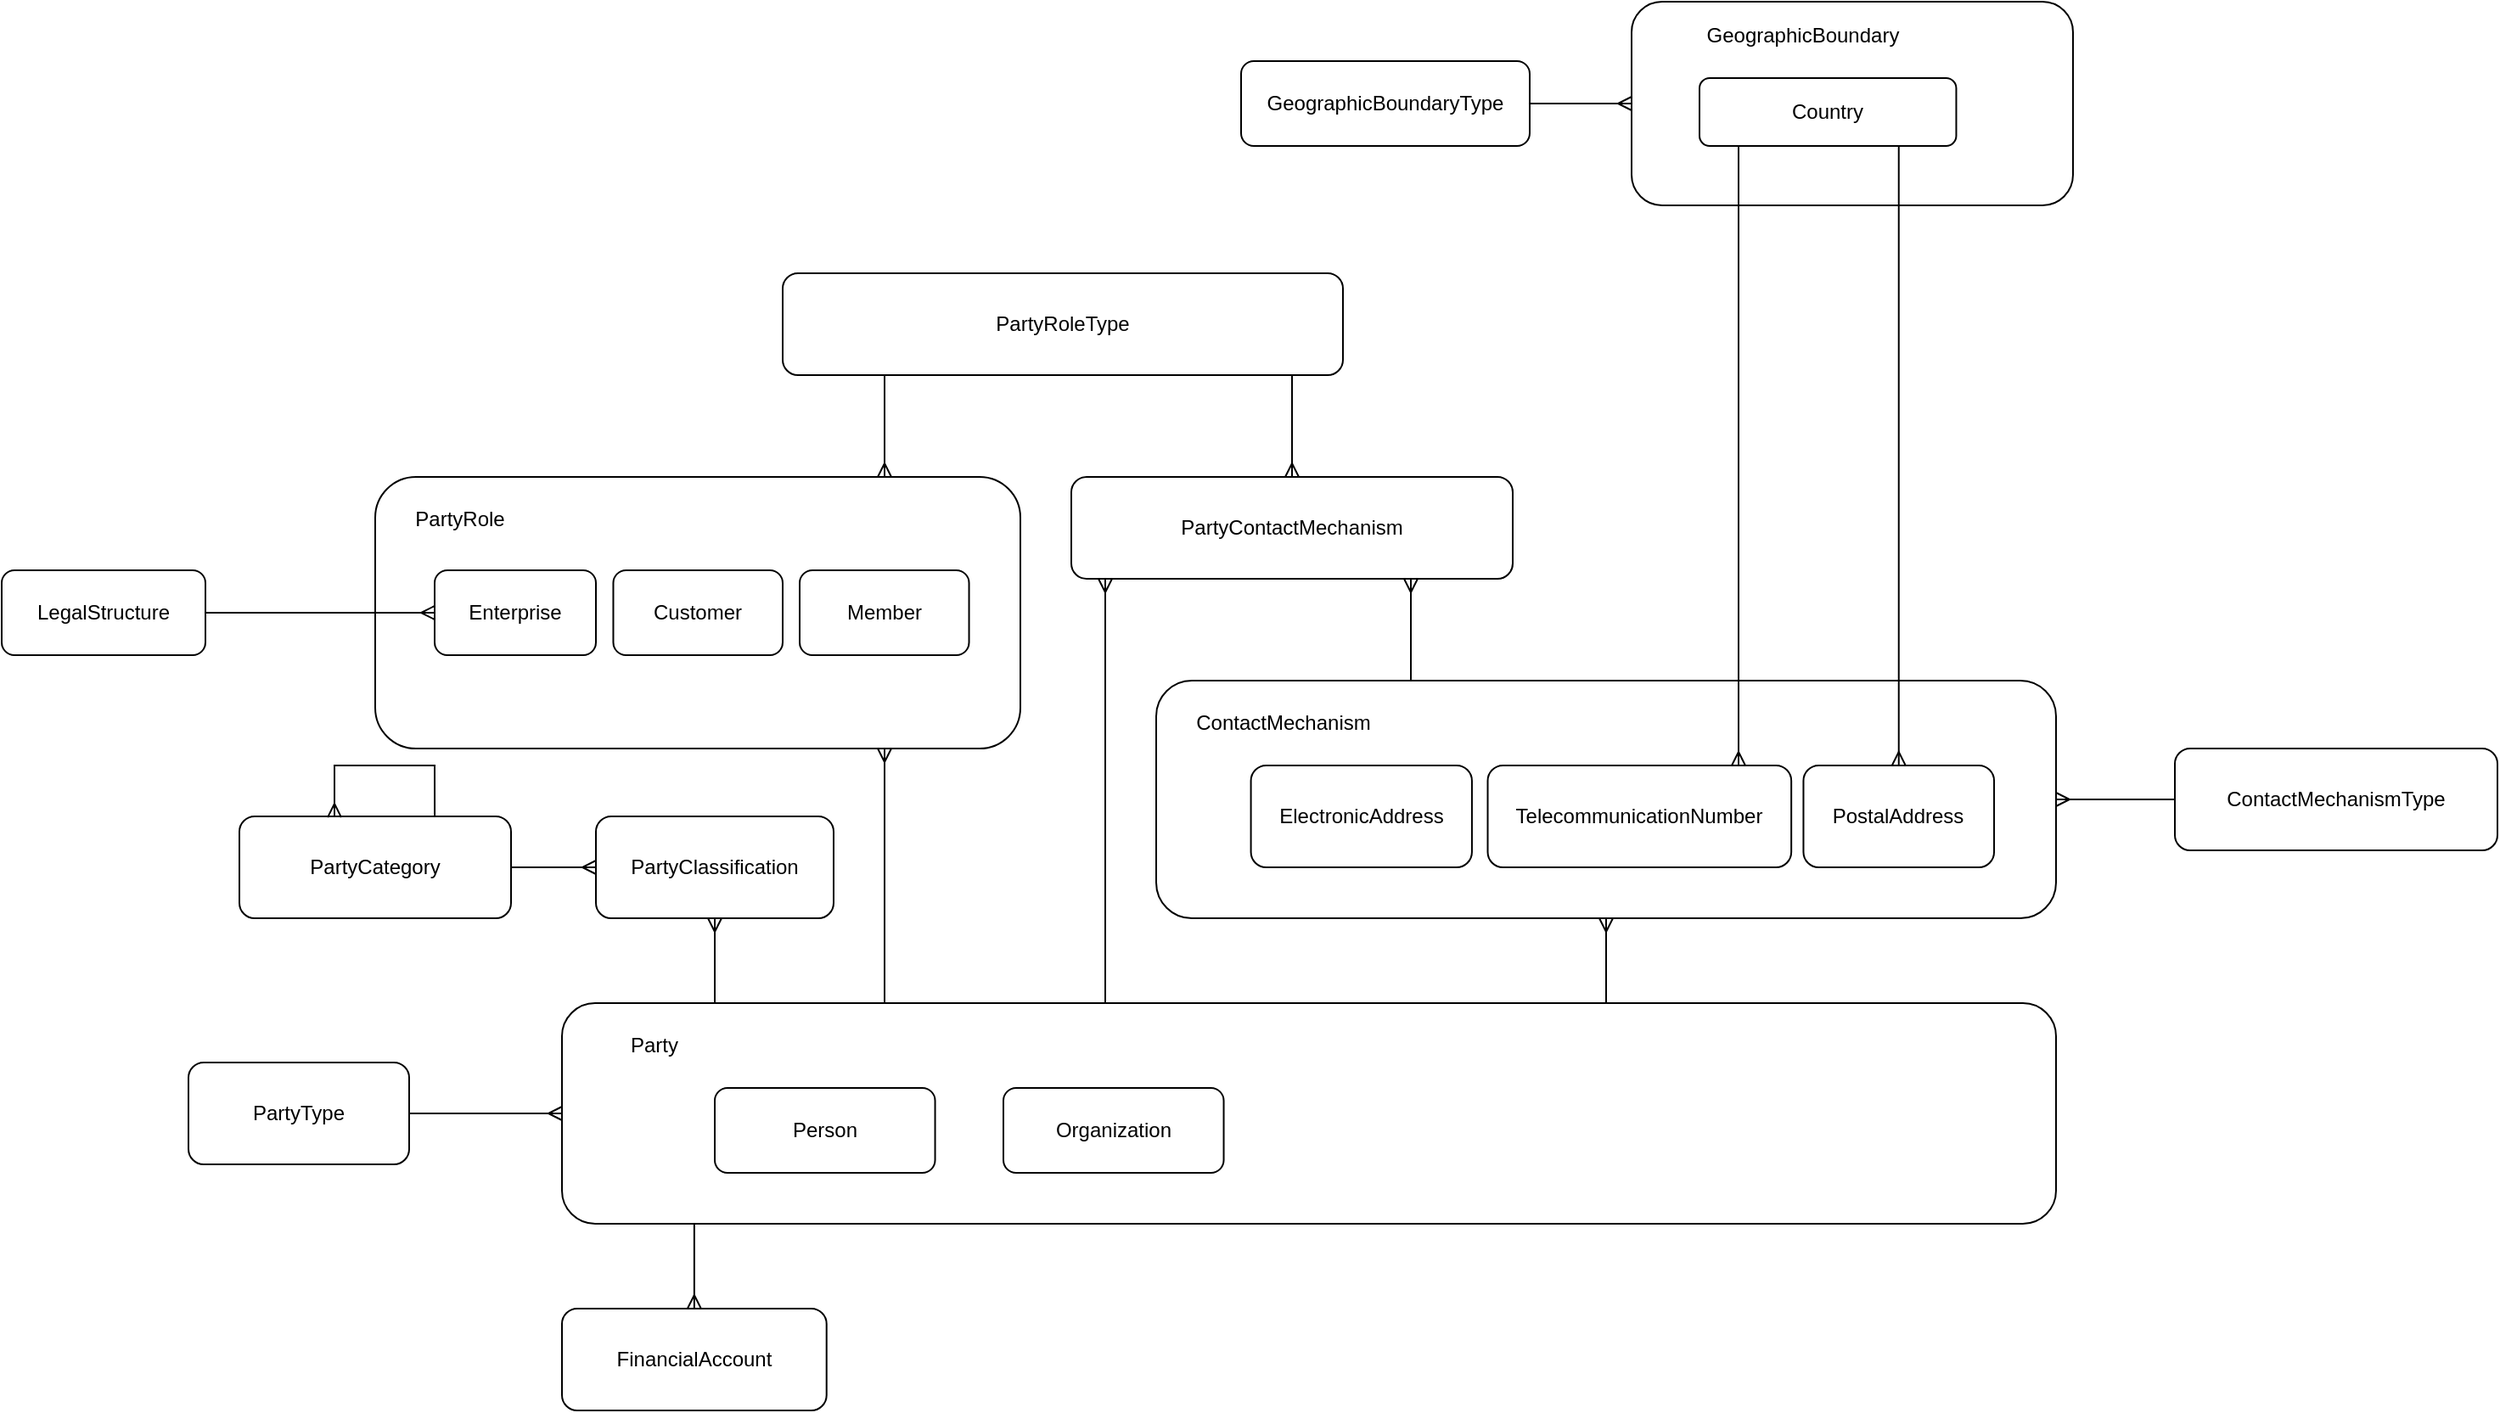
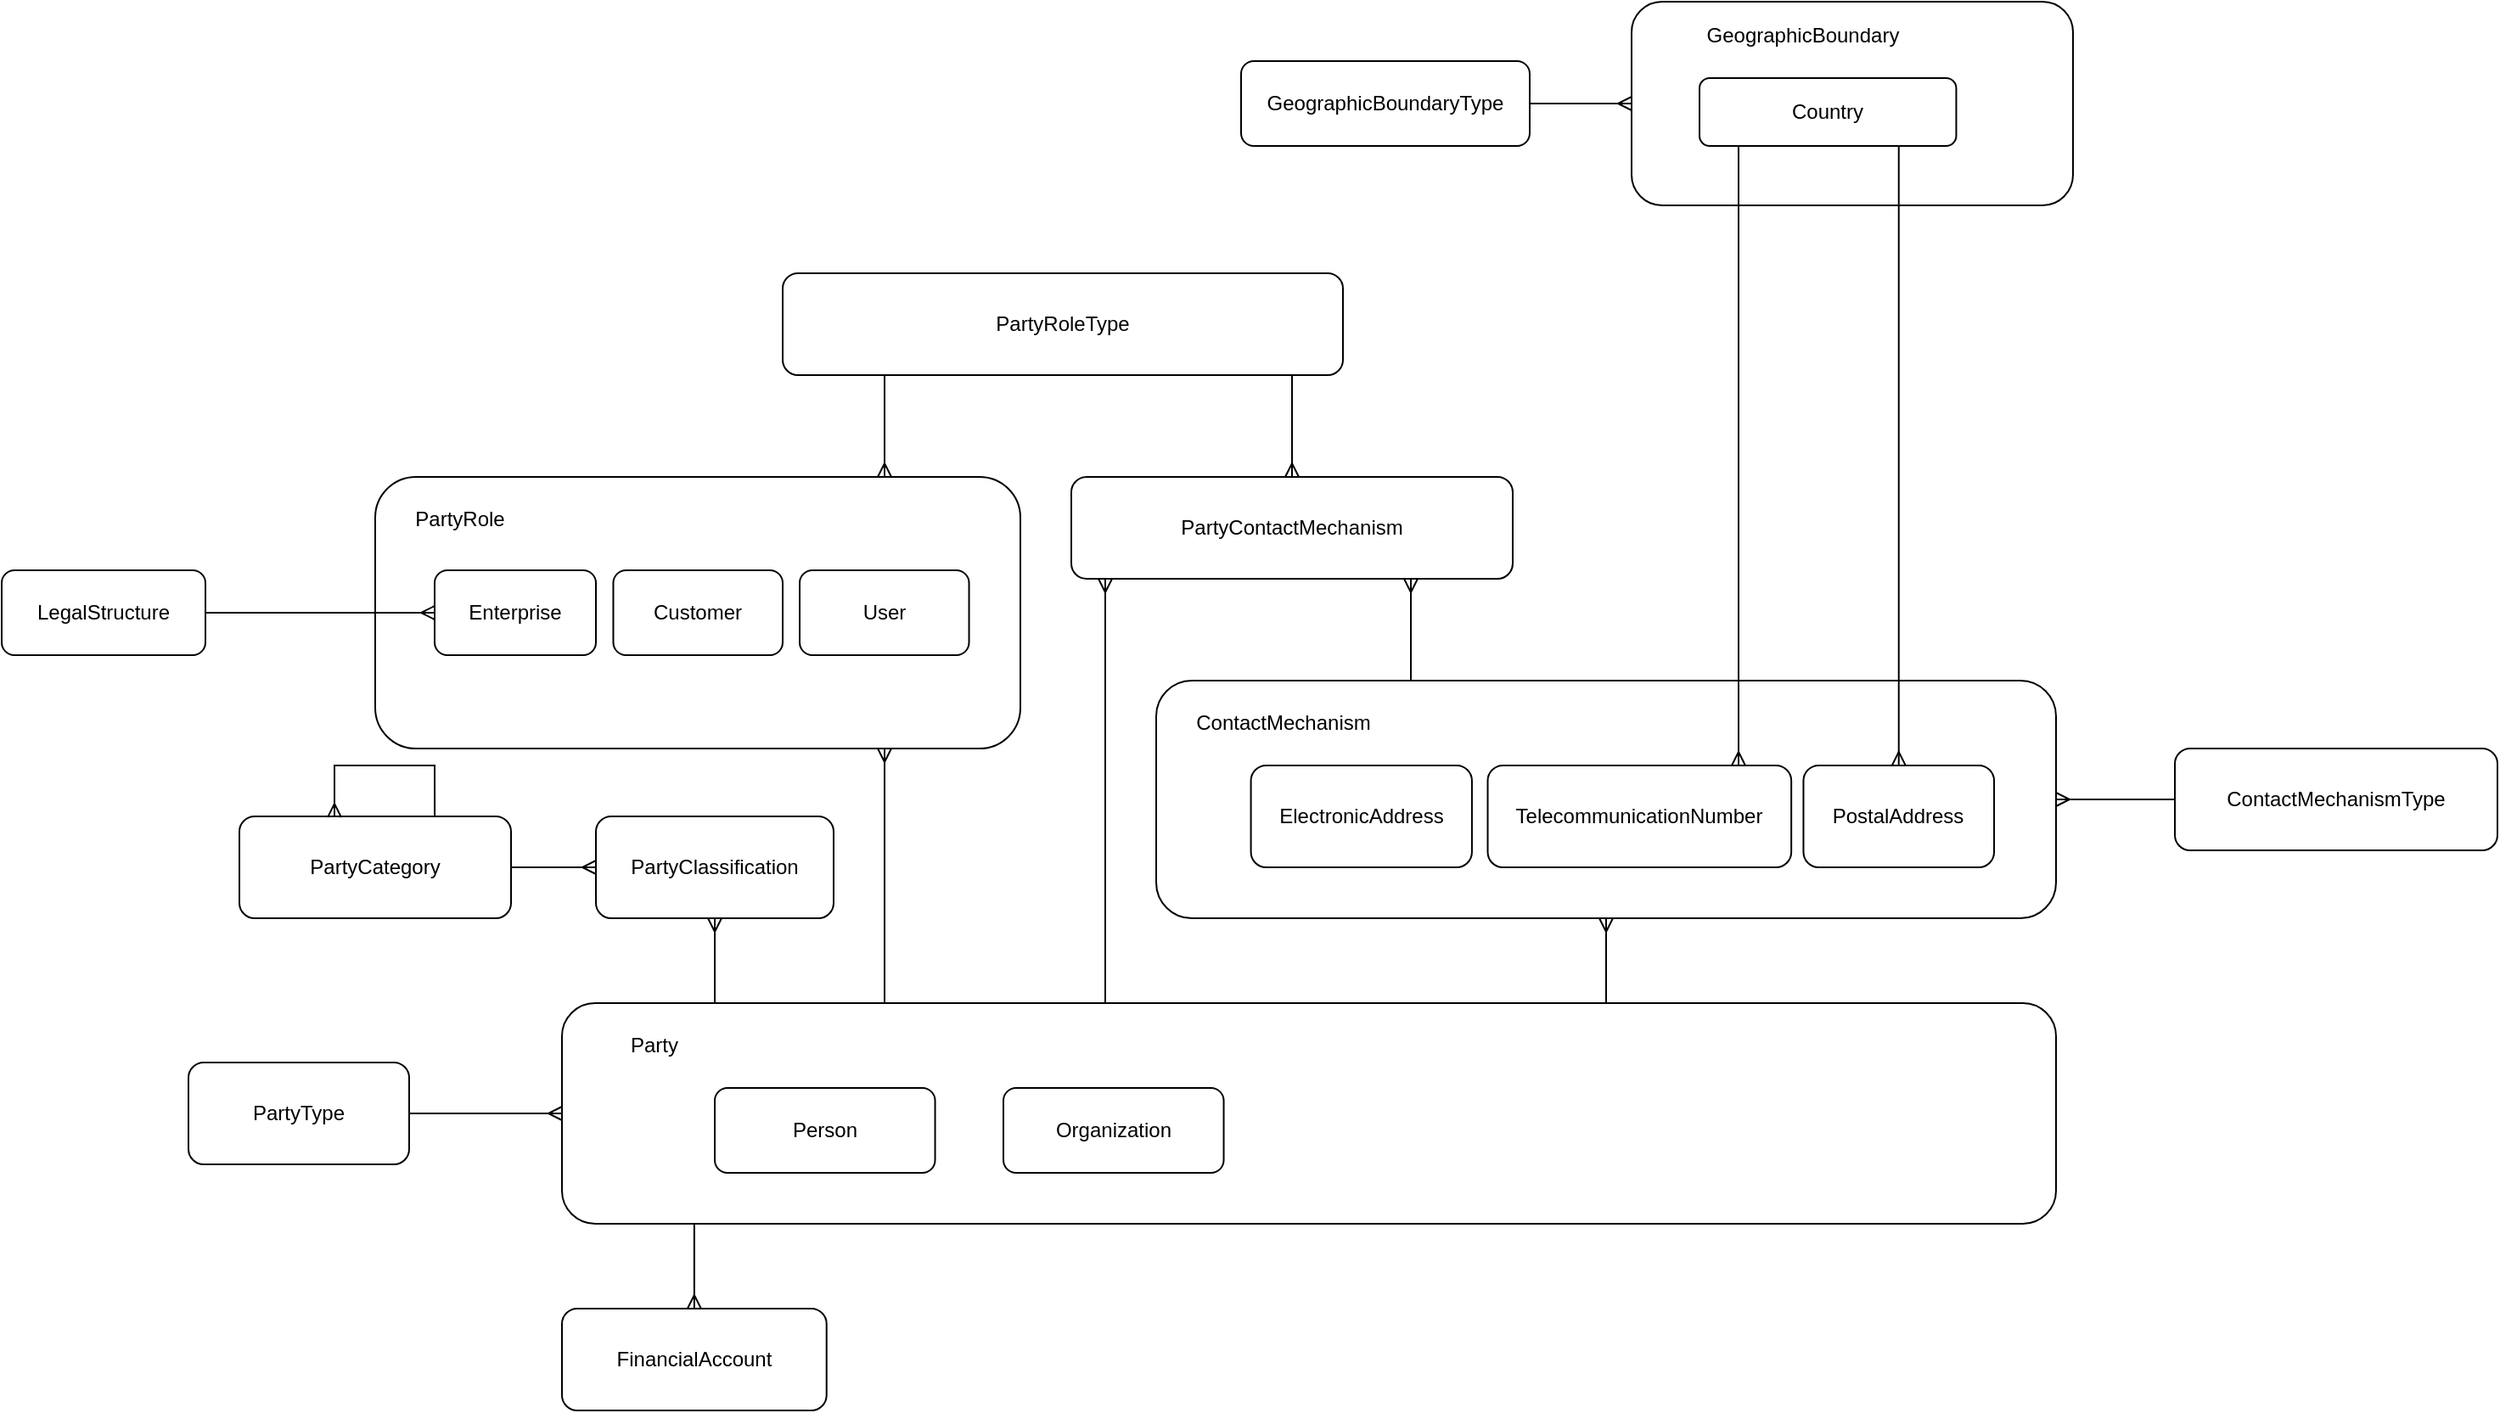
<mxfile host="app.diagrams.net" agent="Mozilla/5.0 (Windows NT 10.0; Win64; x64) AppleWebKit/537.36 (KHTML, like Gecko) Chrome/141.0.0.0 Safari/537.36" version="28.2.9">
  <diagram name="Page-1" id="d0nJ6Fx9cUZLMqGtfM0H">
    <mxGraphModel dx="1947" dy="1755" grid="1" gridSize="10" guides="1" tooltips="1" connect="1" arrows="1" fold="1" page="1" pageScale="1" pageWidth="850" pageHeight="1100" math="0" shadow="0">
      <root>
        <mxCell id="0" />
        <mxCell id="1" parent="0" />
        <mxCell id="tdPrWEJd15tEannaNgth-4" style="edgeStyle=orthogonalEdgeStyle;rounded=0;orthogonalLoop=1;jettySize=auto;html=1;startArrow=ERmany;startFill=0;endArrow=none;endFill=0;" edge="1" parent="1" source="tdPrWEJd15tEannaNgth-2" target="tdPrWEJd15tEannaNgth-3">
          <mxGeometry relative="1" as="geometry" />
        </mxCell>
        <mxCell id="tdPrWEJd15tEannaNgth-3" value="ContactMechanismType" style="rounded=1;whiteSpace=wrap;html=1;" vertex="1" parent="1">
          <mxGeometry x="600" y="260" width="190" height="60" as="geometry" />
        </mxCell>
        <mxCell id="tdPrWEJd15tEannaNgth-13" value="PartyRoleType" style="rounded=1;whiteSpace=wrap;html=1;" vertex="1" parent="1">
          <mxGeometry x="-220" y="-20" width="330" height="60" as="geometry" />
        </mxCell>
        <mxCell id="tdPrWEJd15tEannaNgth-14" style="edgeStyle=orthogonalEdgeStyle;rounded=0;orthogonalLoop=1;jettySize=auto;html=1;startArrow=ERmany;startFill=0;endArrow=none;endFill=0;" edge="1" parent="1" source="tdPrWEJd15tEannaNgth-15" target="tdPrWEJd15tEannaNgth-13">
          <mxGeometry relative="1" as="geometry">
            <mxPoint x="730" y="430" as="sourcePoint" />
            <mxPoint x="730" y="350" as="targetPoint" />
            <Array as="points">
              <mxPoint x="50" y="30" />
              <mxPoint x="50" y="30" />
            </Array>
          </mxGeometry>
        </mxCell>
        <mxCell id="tdPrWEJd15tEannaNgth-15" value="PartyContactMechanism" style="rounded=1;whiteSpace=wrap;html=1;" vertex="1" parent="1">
          <mxGeometry x="-50" y="100" width="260" height="60" as="geometry" />
        </mxCell>
        <mxCell id="tdPrWEJd15tEannaNgth-18" style="edgeStyle=orthogonalEdgeStyle;rounded=0;orthogonalLoop=1;jettySize=auto;html=1;startArrow=ERmany;startFill=0;endArrow=none;endFill=0;" edge="1" parent="1" source="tdPrWEJd15tEannaNgth-15">
          <mxGeometry relative="1" as="geometry">
            <mxPoint x="-30.00117647058829" y="130" as="sourcePoint" />
            <mxPoint x="-30.00117647058829" y="410" as="targetPoint" />
            <Array as="points">
              <mxPoint x="-30" y="210" />
              <mxPoint x="-30" y="210" />
            </Array>
          </mxGeometry>
        </mxCell>
        <mxCell id="tdPrWEJd15tEannaNgth-19" value="" style="group" vertex="1" connectable="0" parent="1">
          <mxGeometry y="220" width="530" height="140" as="geometry" />
        </mxCell>
        <mxCell id="tdPrWEJd15tEannaNgth-2" value="" style="rounded=1;whiteSpace=wrap;html=1;" vertex="1" parent="tdPrWEJd15tEannaNgth-19">
          <mxGeometry width="530" height="140" as="geometry" />
        </mxCell>
        <mxCell id="tdPrWEJd15tEannaNgth-5" value="ElectronicAddress" style="rounded=1;whiteSpace=wrap;html=1;" vertex="1" parent="tdPrWEJd15tEannaNgth-19">
          <mxGeometry x="55.78947368421052" y="50" width="130.17543859649123" height="60" as="geometry" />
        </mxCell>
        <mxCell id="tdPrWEJd15tEannaNgth-6" value="TelecommunicationNumber" style="rounded=1;whiteSpace=wrap;html=1;" vertex="1" parent="tdPrWEJd15tEannaNgth-19">
          <mxGeometry x="195.26315789473682" y="50" width="178.81456140350878" height="60" as="geometry" />
        </mxCell>
        <mxCell id="tdPrWEJd15tEannaNgth-7" value="ContactMechanism" style="text;html=1;whiteSpace=wrap;strokeColor=none;fillColor=none;align=center;verticalAlign=middle;rounded=0;" vertex="1" parent="tdPrWEJd15tEannaNgth-19">
          <mxGeometry x="27.896882591093107" y="10" width="94.41295546558705" height="30" as="geometry" />
        </mxCell>
        <mxCell id="tdPrWEJd15tEannaNgth-8" value="PostalAddress" style="rounded=1;whiteSpace=wrap;html=1;" vertex="1" parent="tdPrWEJd15tEannaNgth-19">
          <mxGeometry x="381.2280701754386" y="50" width="112.29491228070175" height="60" as="geometry" />
        </mxCell>
        <mxCell id="tdPrWEJd15tEannaNgth-20" style="edgeStyle=orthogonalEdgeStyle;rounded=0;orthogonalLoop=1;jettySize=auto;html=1;startArrow=ERmany;startFill=0;endArrow=none;endFill=0;" edge="1" parent="1" source="tdPrWEJd15tEannaNgth-15" target="tdPrWEJd15tEannaNgth-2">
          <mxGeometry relative="1" as="geometry">
            <mxPoint x="370" y="130" as="sourcePoint" />
            <mxPoint x="370" y="440" as="targetPoint" />
            <Array as="points">
              <mxPoint x="150" y="170" />
              <mxPoint x="150" y="170" />
            </Array>
          </mxGeometry>
        </mxCell>
        <mxCell id="tdPrWEJd15tEannaNgth-21" style="edgeStyle=orthogonalEdgeStyle;rounded=0;orthogonalLoop=1;jettySize=auto;html=1;startArrow=ERmany;startFill=0;endArrow=none;endFill=0;" edge="1" parent="1" source="tdPrWEJd15tEannaNgth-2" target="tdPrWEJd15tEannaNgth-1">
          <mxGeometry relative="1" as="geometry">
            <mxPoint x="240" y="400" as="sourcePoint" />
            <mxPoint x="240" y="470" as="targetPoint" />
            <Array as="points">
              <mxPoint x="305" y="420" />
              <mxPoint x="305" y="420" />
            </Array>
          </mxGeometry>
        </mxCell>
        <mxCell id="tdPrWEJd15tEannaNgth-22" value="LegalStructure" style="rounded=1;whiteSpace=wrap;html=1;" vertex="1" parent="1">
          <mxGeometry x="-680" y="155" width="120" height="50" as="geometry" />
        </mxCell>
        <mxCell id="tdPrWEJd15tEannaNgth-27" value="PartyClassification" style="rounded=1;whiteSpace=wrap;html=1;" vertex="1" parent="1">
          <mxGeometry x="-330" y="300" width="140" height="60" as="geometry" />
        </mxCell>
        <mxCell id="tdPrWEJd15tEannaNgth-28" value="PartyCategory" style="rounded=1;whiteSpace=wrap;html=1;" vertex="1" parent="1">
          <mxGeometry x="-540" y="300" width="160" height="60" as="geometry" />
        </mxCell>
        <mxCell id="tdPrWEJd15tEannaNgth-31" style="edgeStyle=orthogonalEdgeStyle;rounded=0;orthogonalLoop=1;jettySize=auto;html=1;startArrow=ERmany;startFill=0;endArrow=none;endFill=0;" edge="1" parent="1" source="tdPrWEJd15tEannaNgth-27" target="tdPrWEJd15tEannaNgth-1">
          <mxGeometry relative="1" as="geometry">
            <mxPoint x="-260" y="180" as="sourcePoint" />
            <mxPoint x="-260" y="250" as="targetPoint" />
            <Array as="points">
              <mxPoint x="-260" y="370" />
              <mxPoint x="-260" y="370" />
            </Array>
          </mxGeometry>
        </mxCell>
        <mxCell id="tdPrWEJd15tEannaNgth-32" style="edgeStyle=orthogonalEdgeStyle;rounded=0;orthogonalLoop=1;jettySize=auto;html=1;startArrow=ERmany;startFill=0;endArrow=none;endFill=0;" edge="1" parent="1" source="tdPrWEJd15tEannaNgth-27" target="tdPrWEJd15tEannaNgth-28">
          <mxGeometry relative="1" as="geometry">
            <mxPoint x="-230" y="210" as="sourcePoint" />
            <mxPoint x="-230" y="280" as="targetPoint" />
            <Array as="points" />
          </mxGeometry>
        </mxCell>
        <mxCell id="tdPrWEJd15tEannaNgth-33" style="edgeStyle=orthogonalEdgeStyle;rounded=0;orthogonalLoop=1;jettySize=auto;html=1;startArrow=ERmany;startFill=0;endArrow=none;endFill=0;exitX=0.35;exitY=0.009;exitDx=0;exitDy=0;exitPerimeter=0;entryX=0.719;entryY=0;entryDx=0;entryDy=0;entryPerimeter=0;" edge="1" parent="1" source="tdPrWEJd15tEannaNgth-28" target="tdPrWEJd15tEannaNgth-28">
          <mxGeometry relative="1" as="geometry">
            <mxPoint x="-485" y="290" as="sourcePoint" />
            <mxPoint x="-425" y="290" as="targetPoint" />
            <Array as="points">
              <mxPoint x="-484" y="270" />
              <mxPoint x="-425" y="270" />
            </Array>
          </mxGeometry>
        </mxCell>
        <mxCell id="tdPrWEJd15tEannaNgth-35" value="" style="rounded=1;whiteSpace=wrap;html=1;" vertex="1" parent="1">
          <mxGeometry x="-460" y="100" width="380" height="160" as="geometry" />
        </mxCell>
        <mxCell id="tdPrWEJd15tEannaNgth-37" style="edgeStyle=orthogonalEdgeStyle;rounded=0;orthogonalLoop=1;jettySize=auto;html=1;startArrow=ERmany;startFill=0;endArrow=none;endFill=0;" edge="1" parent="1" source="tdPrWEJd15tEannaNgth-35">
          <mxGeometry relative="1" as="geometry">
            <mxPoint x="-160" y="260.0000000000002" as="sourcePoint" />
            <mxPoint x="-160" y="410" as="targetPoint" />
            <Array as="points">
              <mxPoint x="-160" y="260" />
            </Array>
          </mxGeometry>
        </mxCell>
        <mxCell id="tdPrWEJd15tEannaNgth-38" style="edgeStyle=orthogonalEdgeStyle;rounded=0;orthogonalLoop=1;jettySize=auto;html=1;startArrow=ERmany;startFill=0;endArrow=none;endFill=0;" edge="1" parent="1" source="tdPrWEJd15tEannaNgth-35" target="tdPrWEJd15tEannaNgth-13">
          <mxGeometry relative="1" as="geometry">
            <mxPoint x="-150" y="170" as="sourcePoint" />
            <mxPoint x="-150" y="20" as="targetPoint" />
            <Array as="points">
              <mxPoint x="-160" y="60" />
              <mxPoint x="-160" y="60" />
            </Array>
          </mxGeometry>
        </mxCell>
        <mxCell id="tdPrWEJd15tEannaNgth-1" value="" style="rounded=1;whiteSpace=wrap;html=1;" vertex="1" parent="1">
          <mxGeometry x="-350" y="410" width="880" height="130" as="geometry" />
        </mxCell>
        <mxCell id="tdPrWEJd15tEannaNgth-9" value="Party" style="text;html=1;whiteSpace=wrap;strokeColor=none;fillColor=none;align=center;verticalAlign=middle;rounded=0;" vertex="1" parent="1">
          <mxGeometry x="-336.46153846153845" y="420" width="81.23076923076923" height="30" as="geometry" />
        </mxCell>
        <mxCell id="tdPrWEJd15tEannaNgth-17" value="Enterprise" style="rounded=1;whiteSpace=wrap;html=1;" vertex="1" parent="1">
          <mxGeometry x="-425" y="155" width="95" height="50" as="geometry" />
        </mxCell>
        <mxCell id="tdPrWEJd15tEannaNgth-40" value="PartyRole" style="text;html=1;whiteSpace=wrap;strokeColor=none;fillColor=none;align=center;verticalAlign=middle;rounded=0;" vertex="1" parent="1">
          <mxGeometry x="-440" y="110" width="60" height="30" as="geometry" />
        </mxCell>
        <mxCell id="tdPrWEJd15tEannaNgth-42" style="edgeStyle=orthogonalEdgeStyle;rounded=0;orthogonalLoop=1;jettySize=auto;html=1;startArrow=ERmany;startFill=0;endArrow=none;endFill=0;" edge="1" parent="1" source="tdPrWEJd15tEannaNgth-17" target="tdPrWEJd15tEannaNgth-22">
          <mxGeometry relative="1" as="geometry">
            <mxPoint x="-90" y="320" as="sourcePoint" />
            <mxPoint x="-90" y="480" as="targetPoint" />
            <Array as="points" />
          </mxGeometry>
        </mxCell>
        <mxCell id="tdPrWEJd15tEannaNgth-43" value="Customer" style="rounded=1;whiteSpace=wrap;html=1;" vertex="1" parent="1">
          <mxGeometry x="-319.77" y="155" width="99.77" height="50" as="geometry" />
        </mxCell>
        <mxCell id="tdPrWEJd15tEannaNgth-44" value="Person" style="rounded=1;whiteSpace=wrap;html=1;" vertex="1" parent="1">
          <mxGeometry x="-260" y="460" width="129.77" height="50" as="geometry" />
        </mxCell>
        <mxCell id="tdPrWEJd15tEannaNgth-45" value="Organization" style="rounded=1;whiteSpace=wrap;html=1;" vertex="1" parent="1">
          <mxGeometry x="-90" y="460" width="129.77" height="50" as="geometry" />
        </mxCell>
        <mxCell id="tdPrWEJd15tEannaNgth-46" value="FinancialAccount" style="rounded=1;whiteSpace=wrap;html=1;" vertex="1" parent="1">
          <mxGeometry x="-350" y="590" width="155.85" height="60" as="geometry" />
        </mxCell>
        <mxCell id="tdPrWEJd15tEannaNgth-47" style="edgeStyle=orthogonalEdgeStyle;rounded=0;orthogonalLoop=1;jettySize=auto;html=1;startArrow=ERmany;startFill=0;endArrow=none;endFill=0;" edge="1" parent="1" source="tdPrWEJd15tEannaNgth-46" target="tdPrWEJd15tEannaNgth-1">
          <mxGeometry relative="1" as="geometry">
            <mxPoint x="-80" y="670" as="sourcePoint" />
            <mxPoint x="-80" y="730" as="targetPoint" />
            <Array as="points">
              <mxPoint x="-278" y="610" />
              <mxPoint x="-278" y="610" />
            </Array>
          </mxGeometry>
        </mxCell>
        <mxCell id="tdPrWEJd15tEannaNgth-48" value="" style="rounded=1;whiteSpace=wrap;html=1;" vertex="1" parent="1">
          <mxGeometry x="280" y="-180" width="260" height="120" as="geometry" />
        </mxCell>
        <mxCell id="tdPrWEJd15tEannaNgth-49" value="GeographicBoundary" style="text;html=1;whiteSpace=wrap;strokeColor=none;fillColor=none;align=center;verticalAlign=middle;rounded=0;" vertex="1" parent="1">
          <mxGeometry x="310" y="-175" width="142.07" height="30" as="geometry" />
        </mxCell>
        <mxCell id="tdPrWEJd15tEannaNgth-50" value="GeographicBoundaryType" style="rounded=1;whiteSpace=wrap;html=1;" vertex="1" parent="1">
          <mxGeometry x="50" y="-145" width="170" height="50" as="geometry" />
        </mxCell>
        <mxCell id="tdPrWEJd15tEannaNgth-51" value="Country" style="rounded=1;whiteSpace=wrap;html=1;" vertex="1" parent="1">
          <mxGeometry x="320" y="-135" width="151.23" height="40" as="geometry" />
        </mxCell>
        <mxCell id="tdPrWEJd15tEannaNgth-52" style="edgeStyle=orthogonalEdgeStyle;rounded=0;orthogonalLoop=1;jettySize=auto;html=1;startArrow=ERmany;startFill=0;endArrow=none;endFill=0;" edge="1" parent="1" source="tdPrWEJd15tEannaNgth-48" target="tdPrWEJd15tEannaNgth-50">
          <mxGeometry relative="1" as="geometry">
            <mxPoint x="120" y="60" as="sourcePoint" />
            <mxPoint x="120" as="targetPoint" />
            <Array as="points" />
          </mxGeometry>
        </mxCell>
        <mxCell id="tdPrWEJd15tEannaNgth-53" style="edgeStyle=orthogonalEdgeStyle;rounded=0;orthogonalLoop=1;jettySize=auto;html=1;startArrow=ERmany;startFill=0;endArrow=none;endFill=0;" edge="1" parent="1" source="tdPrWEJd15tEannaNgth-8" target="tdPrWEJd15tEannaNgth-51">
          <mxGeometry relative="1" as="geometry">
            <mxPoint x="544" y="60" as="sourcePoint" />
            <mxPoint x="460" y="60" as="targetPoint" />
            <Array as="points">
              <mxPoint x="440" y="-110" />
            </Array>
          </mxGeometry>
        </mxCell>
        <mxCell id="tdPrWEJd15tEannaNgth-54" style="edgeStyle=orthogonalEdgeStyle;rounded=0;orthogonalLoop=1;jettySize=auto;html=1;startArrow=ERmany;startFill=0;endArrow=none;endFill=0;" edge="1" parent="1" source="tdPrWEJd15tEannaNgth-6" target="tdPrWEJd15tEannaNgth-51">
          <mxGeometry relative="1" as="geometry">
            <mxPoint x="340" y="490" as="sourcePoint" />
            <mxPoint x="340" y="125" as="targetPoint" />
            <Array as="points">
              <mxPoint x="343" y="190" />
              <mxPoint x="343" y="190" />
            </Array>
          </mxGeometry>
        </mxCell>
        <mxCell id="tdPrWEJd15tEannaNgth-55" value="PartyType" style="rounded=1;whiteSpace=wrap;html=1;" vertex="1" parent="1">
          <mxGeometry x="-570" y="445" width="130" height="60" as="geometry" />
        </mxCell>
        <mxCell id="tdPrWEJd15tEannaNgth-56" style="edgeStyle=orthogonalEdgeStyle;rounded=0;orthogonalLoop=1;jettySize=auto;html=1;startArrow=ERmany;startFill=0;endArrow=none;endFill=0;" edge="1" parent="1" source="tdPrWEJd15tEannaNgth-1" target="tdPrWEJd15tEannaNgth-55">
          <mxGeometry relative="1" as="geometry">
            <mxPoint x="-275" y="470" as="sourcePoint" />
            <mxPoint x="-410" y="470" as="targetPoint" />
            <Array as="points" />
          </mxGeometry>
        </mxCell>
-         <mxCell id="tdPrWEJd15tEannaNgth-57" value="Member" style="rounded=1;whiteSpace=wrap;html=1;" vertex="1" parent="1">
+         <mxCell id="tdPrWEJd15tEannaNgth-57" value="User" style="rounded=1;whiteSpace=wrap;html=1;" vertex="1" parent="1">
          <mxGeometry x="-210" y="155" width="99.77" height="50" as="geometry" />
        </mxCell>
      </root>
    </mxGraphModel>
  </diagram>
</mxfile>
